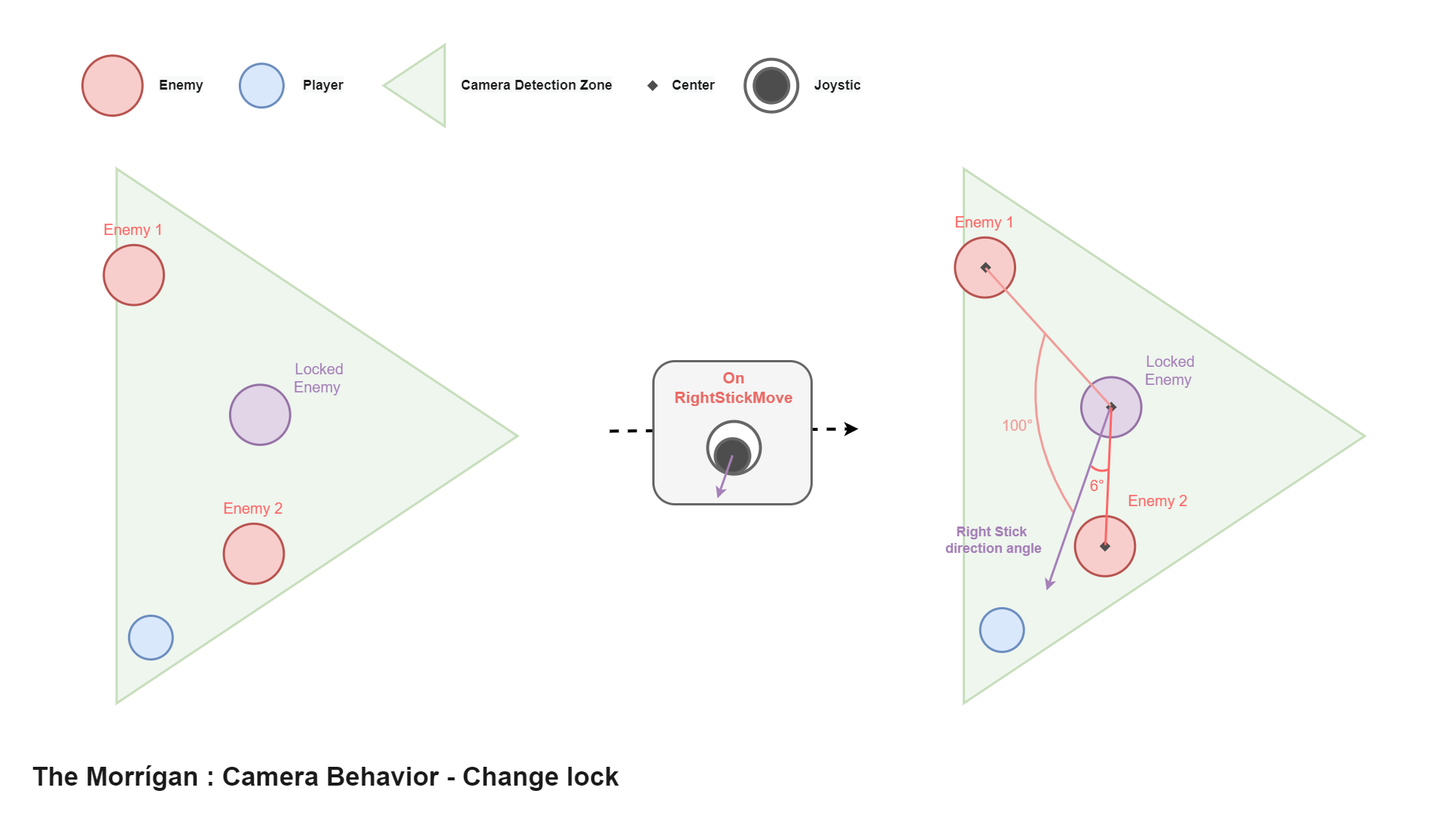
The draw.io diagram public/images/CameraBehaviorChangeLockVar1.png in Fallen2/PORTFOLIO_FRUCTUOSO_MIKAEL, before a commit. Source tidied: cells renumbered, new cells last; positions are measured from the earlier drawing's top-left corner, leaving out a move shared by most shapes.
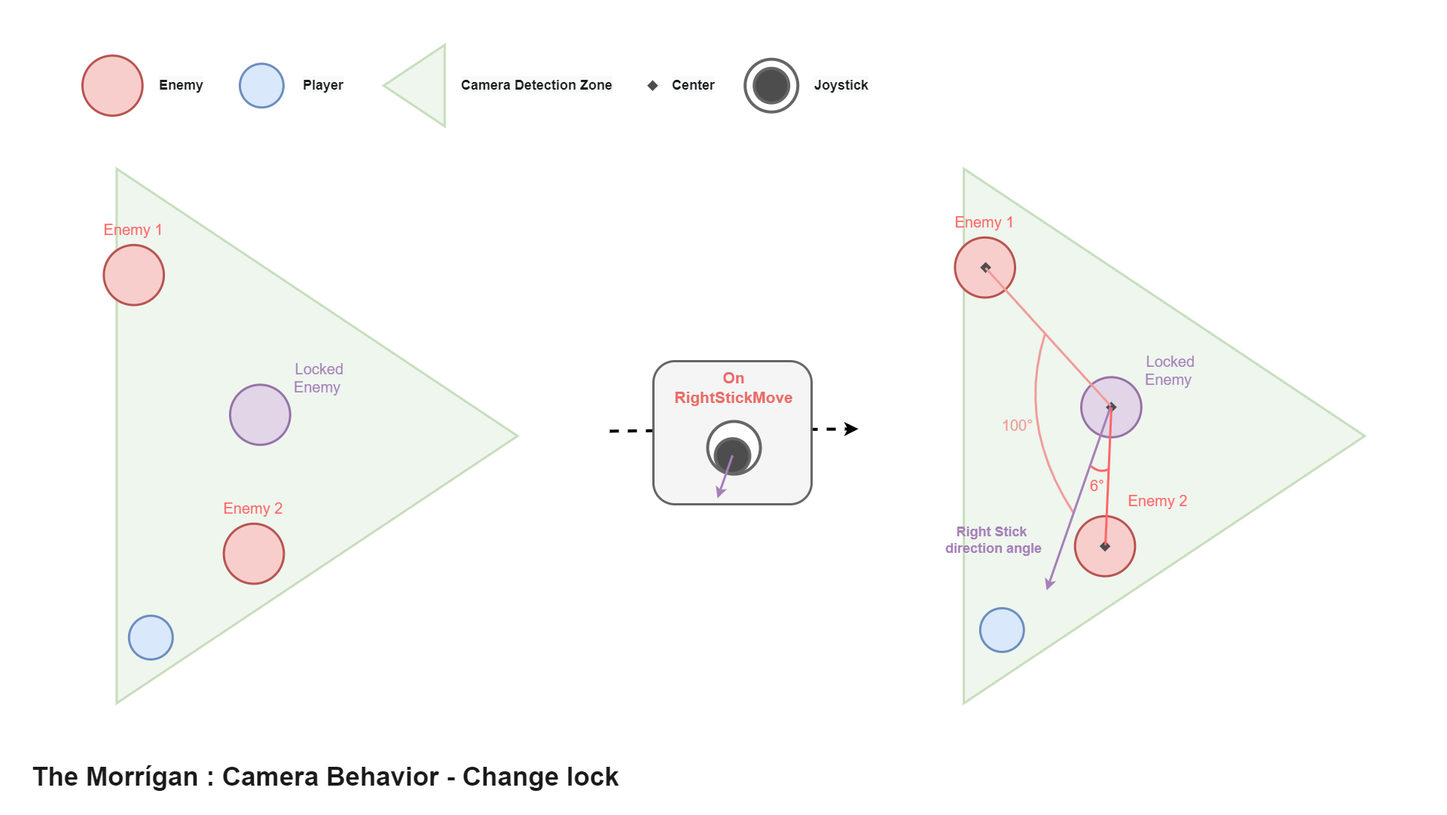
Above is the later version.

Commit message:
Scheme text change

joystick

What changed in the source:
```diff
@@ -143,7 +143,7 @@
     <mxCell id="41" style="ellipse;whiteSpace=wrap;html=1;labelBackgroundColor=none;labelBorderColor=none;fontFamily=Helvetica;fontSize=18;fontColor=#A680B8;strokeColor=#666666;strokeWidth=4;fillColor=#4D4D4D;" parent="1" vertex="1">
       <mxGeometry x="1000.7" y="90.2" width="45.9" height="45.9" as="geometry" />
     </mxCell>
-    <mxCell id="42" value="&lt;b style=&quot;color: rgb(26 , 26 , 26) ; font-family: &amp;#34;helvetica&amp;#34; ; font-style: normal ; letter-spacing: normal ; text-align: center ; text-indent: 0px ; text-transform: none ; word-spacing: 0px ; background-color: rgb(248 , 249 , 250)&quot;&gt;&lt;font style=&quot;font-size: 18px&quot;&gt;Joystic&lt;/font&gt;&lt;/b&gt;" style="text;whiteSpace=wrap;html=1;fontSize=20;fontFamily=Helvetica;fontColor=#FF6666;" parent="1" vertex="1">
+    <mxCell id="42" value="&lt;b style=&quot;color: rgb(26 , 26 , 26) ; font-family: &amp;#34;helvetica&amp;#34; ; font-style: normal ; letter-spacing: normal ; text-align: center ; text-indent: 0px ; text-transform: none ; word-spacing: 0px ; background-color: rgb(248 , 249 , 250)&quot;&gt;&lt;font style=&quot;font-size: 18px&quot;&gt;Joystick&lt;/font&gt;&lt;/b&gt;" style="text;whiteSpace=wrap;html=1;fontSize=20;fontFamily=Helvetica;fontColor=#FF6666;" parent="1" vertex="1">
       <mxGeometry x="1078.7" y="93.2" width="80" height="40" as="geometry" />
     </mxCell>
     <mxCell id="43" style="group;" parent="1" vertex="1">
```
